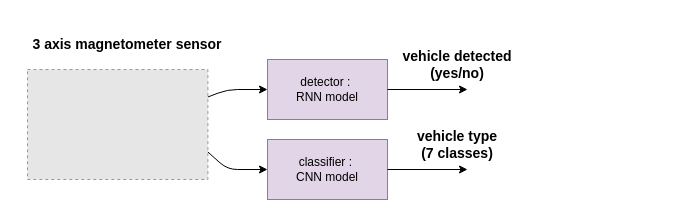
This is page "working_principle" (1 of 3) of doc/vd.drawio from michalnand/vehicles_detection, a draw.io file, before an edit. Source tidied: cells renumbered, new cells numbered last; positions are measured from the earlier drawing's top-left corner, leaving out a move shared by most shapes. Both pictures are drawn from the tidied source at 100%, with x=0, y=0 at pixel (17, 29). Pictures stored in the file or linked from it are replaced by grey dashed boxes.
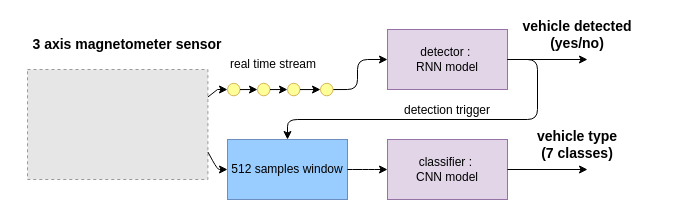
Above is the later version.

The change refers to these unchanged cells:
```xml
<mxCell id="3" style="fillColor=#E6E6E6;strokeColor=#999999;dashed=1;verticalLabelPosition=bottom;verticalAlign=top;" parent="1" vertex="1">
  <mxGeometry x="10" y="40" width="180.4" height="110" as="geometry" />
</mxCell>
```

What changed in the source:
```diff
@@
     <mxCell id="2" value="detector :&amp;nbsp;&lt;br&gt;RNN model" style="rounded=0;whiteSpace=wrap;html=1;fillColor=#e1d5e7;strokeColor=#9673a6;" parent="1" vertex="1">
-      <mxGeometry x="250" y="30" width="120" height="60" as="geometry" />
+      <mxGeometry x="370" width="120" height="60" as="geometry" />
     </mxCell>
@@
     <mxCell id="5" style="endArrow=classic;html=1;rounded=0;exitX=1;exitY=0.5;exitDx=0;exitDy=0;" parent="1" edge="1" source="2">
       <mxGeometry relative="1" as="geometry">
-        <mxPoint x="450" y="60" as="targetPoint" />
+        <mxPoint x="570" y="30" as="targetPoint" />
       </mxGeometry>
     </mxCell>
     <mxCell id="6" value="vehicle detected &lt;br&gt;(yes/no)" style="text;html=1;align=center;verticalAlign=middle;whiteSpace=wrap;rounded=0;fontStyle=1;fontSize=14;" parent="1" vertex="1">
-      <mxGeometry x="370" y="20" width="140" height="30" as="geometry" />
+      <mxGeometry x="490" y="-10" width="140" height="30" as="geometry" />
     </mxCell>
-    <mxCell id="7" style="endArrow=classic;html=1;rounded=1;entryX=0;entryY=0.5;entryDx=0;entryDy=0;exitX=1;exitY=0.25;exitDx=0;exitDy=0;curved=0;" parent="1" edge="1" source="3" target="2">
-      <mxGeometry relative="1" as="geometry">
-        <Array as="points">
-          <mxPoint x="210" y="60" />
-        </Array>
-      </mxGeometry>
-    </mxCell>
     <mxCell id="8" value="classifier :&amp;nbsp;&lt;br&gt;CNN model" style="rounded=0;whiteSpace=wrap;html=1;fillColor=#e1d5e7;strokeColor=#9673a6;" parent="1" vertex="1">
-      <mxGeometry x="250" y="110" width="120" height="60" as="geometry" />
+      <mxGeometry x="370" y="110" width="120" height="60" as="geometry" />
     </mxCell>
     <mxCell id="9" style="endArrow=classic;html=1;rounded=0;exitX=1;exitY=0.5;exitDx=0;exitDy=0;" parent="1" edge="1" source="8">
       <mxGeometry relative="1" as="geometry">
-        <mxPoint x="450" y="140" as="targetPoint" />
+        <mxPoint x="570" y="140" as="targetPoint" />
       </mxGeometry>
     </mxCell>
     <mxCell id="10" value="vehicle type &lt;br&gt;(7 classes)" style="text;html=1;align=center;verticalAlign=middle;whiteSpace=wrap;rounded=0;fontStyle=1;fontSize=14;" parent="1" vertex="1">
-      <mxGeometry x="355" y="100" width="170" height="30" as="geometry" />
+      <mxGeometry x="475" y="100" width="170" height="30" as="geometry" />
     </mxCell>
-    <mxCell id="11" style="endArrow=classic;html=1;rounded=1;entryX=0;entryY=0.5;entryDx=0;entryDy=0;exitX=1;exitY=0.75;exitDx=0;exitDy=0;curved=0;" parent="1" edge="1" source="3" target="8">
-      <mxGeometry relative="1" as="geometry">
-        <Array as="points">
-          <mxPoint x="210" y="140" />
-        </Array>
-      </mxGeometry>
-    </mxCell>
+    <mxCell id="12" style="ellipse;whiteSpace=wrap;html=1;fillColor=#FFFF99;strokeColor=#d6b656;" parent="1" vertex="1">
+      <mxGeometry x="210" y="53.8" width="12.5" height="12.5" as="geometry" />
+    </mxCell>
+    <mxCell id="13" style="endArrow=classic;html=1;rounded=0;exitX=1;exitY=0.25;exitDx=0;exitDy=0;entryX=0;entryY=0.5;entryDx=0;entryDy=0;" parent="1" edge="1" source="3" target="12">
+      <mxGeometry relative="1" as="geometry">
+        <Array as="points">
+          <mxPoint x="200" y="60" />
+        </Array>
+      </mxGeometry>
+    </mxCell>
+    <mxCell id="14" style="ellipse;whiteSpace=wrap;html=1;fillColor=#FFFF99;strokeColor=#d6b656;" parent="1" vertex="1">
+      <mxGeometry x="240" y="53.8" width="12.5" height="12.5" as="geometry" />
+    </mxCell>
+    <mxCell id="15" style="ellipse;whiteSpace=wrap;html=1;fillColor=#FFFF99;strokeColor=#d6b656;" parent="1" vertex="1">
+      <mxGeometry x="270" y="53.8" width="12.5" height="12.5" as="geometry" />
+    </mxCell>
+    <mxCell id="16" style="endArrow=classic;html=1;rounded=0;entryX=0;entryY=0.5;entryDx=0;entryDy=0;exitX=1;exitY=0.5;exitDx=0;exitDy=0;" parent="1" edge="1" source="12" target="14">
+      <mxGeometry relative="1" as="geometry" />
+    </mxCell>
+    <mxCell id="17" style="endArrow=classic;html=1;rounded=0;entryX=0;entryY=0.5;entryDx=0;entryDy=0;exitX=1;exitY=0.5;exitDx=0;exitDy=0;" parent="1" edge="1" source="14" target="15">
+      <mxGeometry relative="1" as="geometry" />
+    </mxCell>
+    <mxCell id="18" value="real time stream" style="text;html=1;align=center;verticalAlign=middle;whiteSpace=wrap;rounded=0;" parent="1" vertex="1">
+      <mxGeometry x="209" y="20" width="94" height="30" as="geometry" />
+    </mxCell>
+    <mxCell id="19" style="endArrow=classic;html=1;rounded=1;entryX=0;entryY=0.5;entryDx=0;entryDy=0;exitX=1;exitY=0.5;exitDx=0;exitDy=0;curved=0;" parent="1" edge="1" source="20" target="2">
+      <mxGeometry relative="1" as="geometry">
+        <Array as="points">
+          <mxPoint x="340" y="60" />
+          <mxPoint x="340" y="30" />
+        </Array>
+      </mxGeometry>
+    </mxCell>
+    <mxCell id="20" style="ellipse;whiteSpace=wrap;html=1;fillColor=#FFFF99;strokeColor=#d6b656;" parent="1" vertex="1">
+      <mxGeometry x="303" y="53.8" width="12.5" height="12.5" as="geometry" />
+    </mxCell>
+    <mxCell id="21" style="endArrow=classic;html=1;rounded=0;entryX=0;entryY=0.5;entryDx=0;entryDy=0;exitX=1;exitY=0.5;exitDx=0;exitDy=0;" parent="1" edge="1" source="15" target="20">
+      <mxGeometry relative="1" as="geometry" />
+    </mxCell>
+    <mxCell id="22" value="512 samples window" style="rounded=0;whiteSpace=wrap;html=1;fillColor=#99CCFF;strokeColor=#6c8ebf;" parent="1" vertex="1">
+      <mxGeometry x="210" y="110" width="120" height="60" as="geometry" />
+    </mxCell>
+    <mxCell id="23" style="endArrow=classic;html=1;rounded=1;entryX=0;entryY=0.5;entryDx=0;entryDy=0;exitX=1;exitY=0.75;exitDx=0;exitDy=0;curved=0;" parent="1" edge="1" source="3" target="22">
+      <mxGeometry relative="1" as="geometry">
+        <Array as="points">
+          <mxPoint x="200" y="140" />
+        </Array>
+      </mxGeometry>
+    </mxCell>
+    <mxCell id="24" style="endArrow=classic;html=1;rounded=1;entryX=0;entryY=0.5;entryDx=0;entryDy=0;exitX=1;exitY=0.5;exitDx=0;exitDy=0;curved=0;" parent="1" edge="1" source="22" target="8">
+      <mxGeometry relative="1" as="geometry">
+        <Array as="points">
+          <mxPoint x="340" y="140" />
+          <mxPoint x="350" y="140" />
+        </Array>
+      </mxGeometry>
+    </mxCell>
+    <mxCell id="25" style="endArrow=classic;html=1;rounded=1;entryX=0.5;entryY=0;entryDx=0;entryDy=0;exitX=1;exitY=0.5;exitDx=0;exitDy=0;curved=0;" parent="1" edge="1" source="2" target="22">
+      <mxGeometry relative="1" as="geometry">
+        <Array as="points">
+          <mxPoint x="520" y="30" />
+          <mxPoint x="520" y="90" />
+          <mxPoint x="270" y="90" />
+        </Array>
+      </mxGeometry>
+    </mxCell>
+    <mxCell id="26" value="detection trigger" style="text;html=1;align=center;verticalAlign=middle;whiteSpace=wrap;rounded=0;" parent="1" vertex="1">
+      <mxGeometry x="365" y="66.2" width="130" height="30" as="geometry" />
+    </mxCell>
```
